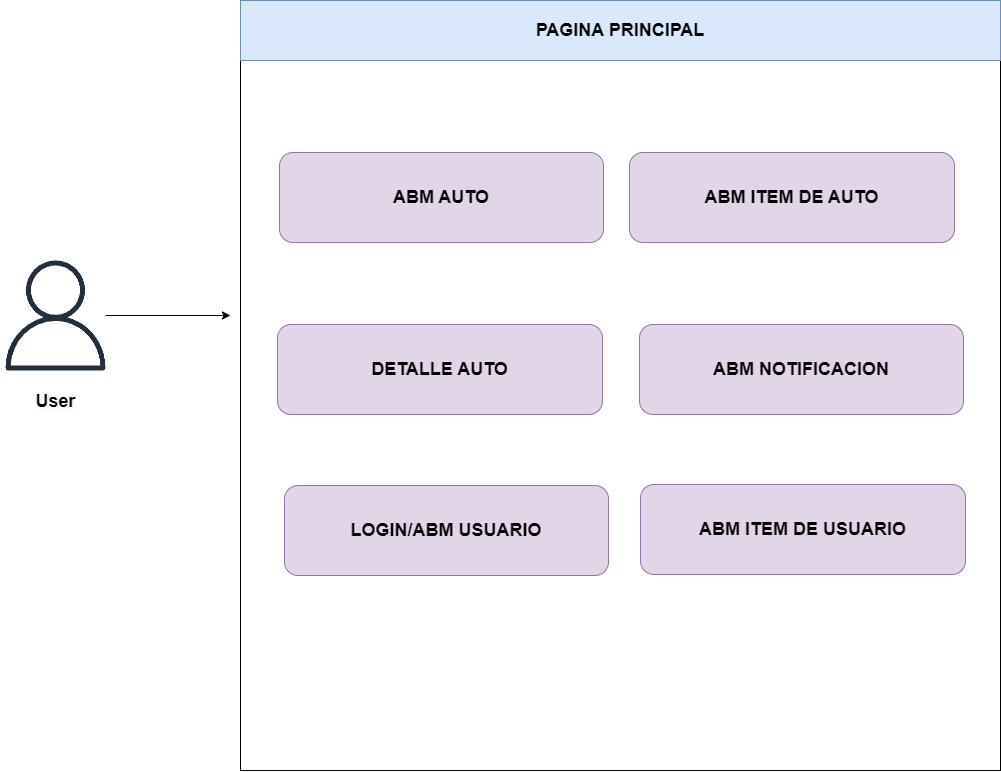
Before: assets/CU.png, a diagram exported from draw.io (Tip-Grupo-6/kuruma-docs). Source tidied: cells renumbered, new cells last; positions are measured from the earlier drawing's top-left corner, leaving out a move shared by most shapes.
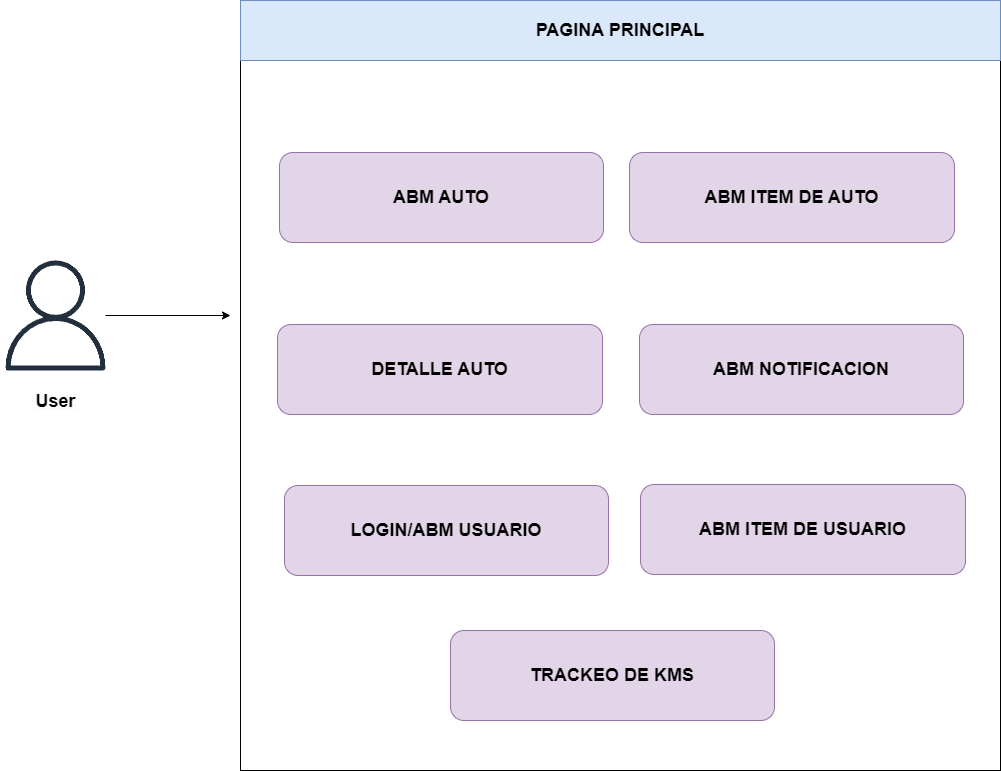
The same diagram one commit later.

The edit, as a diff of the source:
```diff
@@ -43,5 +43,8 @@
     <mxCell id="12" value="&lt;b&gt;&lt;font style=&quot;font-size: 18px;&quot;&gt;ABM ITEM DE USUARIO&lt;/font&gt;&lt;/b&gt;" style="rounded=1;whiteSpace=wrap;html=1;fillColor=#e1d5e7;strokeColor=#9673a6;" parent="1" vertex="1">
       <mxGeometry x="640" y="484" width="325" height="90" as="geometry" />
     </mxCell>
+    <mxCell id="13" value="&lt;span style=&quot;font-size: 18px;&quot;&gt;&lt;b&gt;TRACKEO DE KMS&lt;/b&gt;&lt;/span&gt;" style="rounded=1;whiteSpace=wrap;html=1;fillColor=#e1d5e7;strokeColor=#9673a6;" parent="1" vertex="1">
+      <mxGeometry x="450" y="630" width="324" height="90" as="geometry" />
+    </mxCell>
   </root>
 </mxGraphModel>
```
